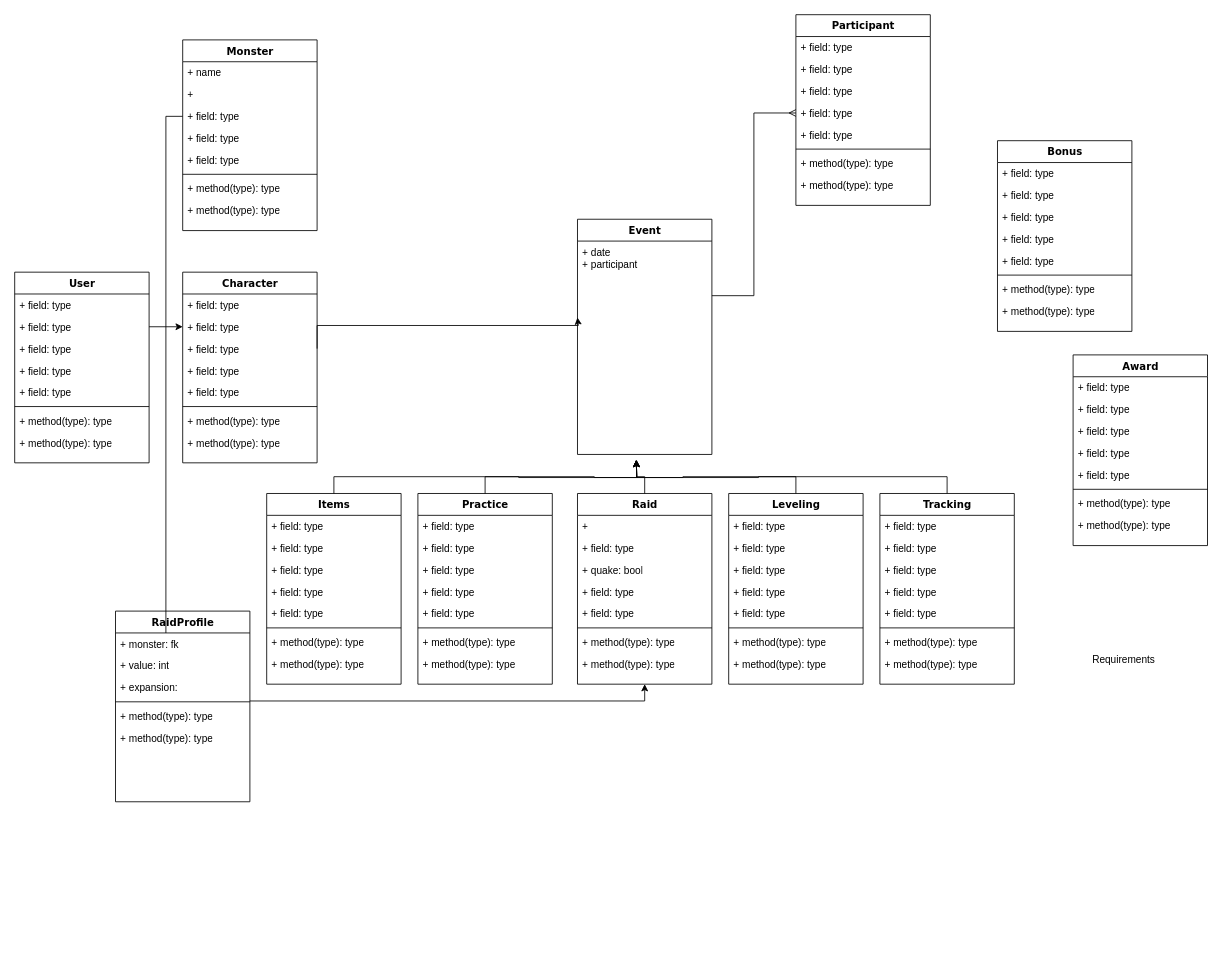
KWSM-P99/MeowMeowBeenz keeps this draw.io diagram as design/dkp/dkp_system_design.drawio. Above is the earlier version. Source tidied: cells renumbered, new cells numbered last; positions are measured from the earlier drawing's top-left corner, leaving out a move shared by most shapes. Both pictures are drawn from the tidied source at 84%, with x=0, y=0 at pixel (14, 14).
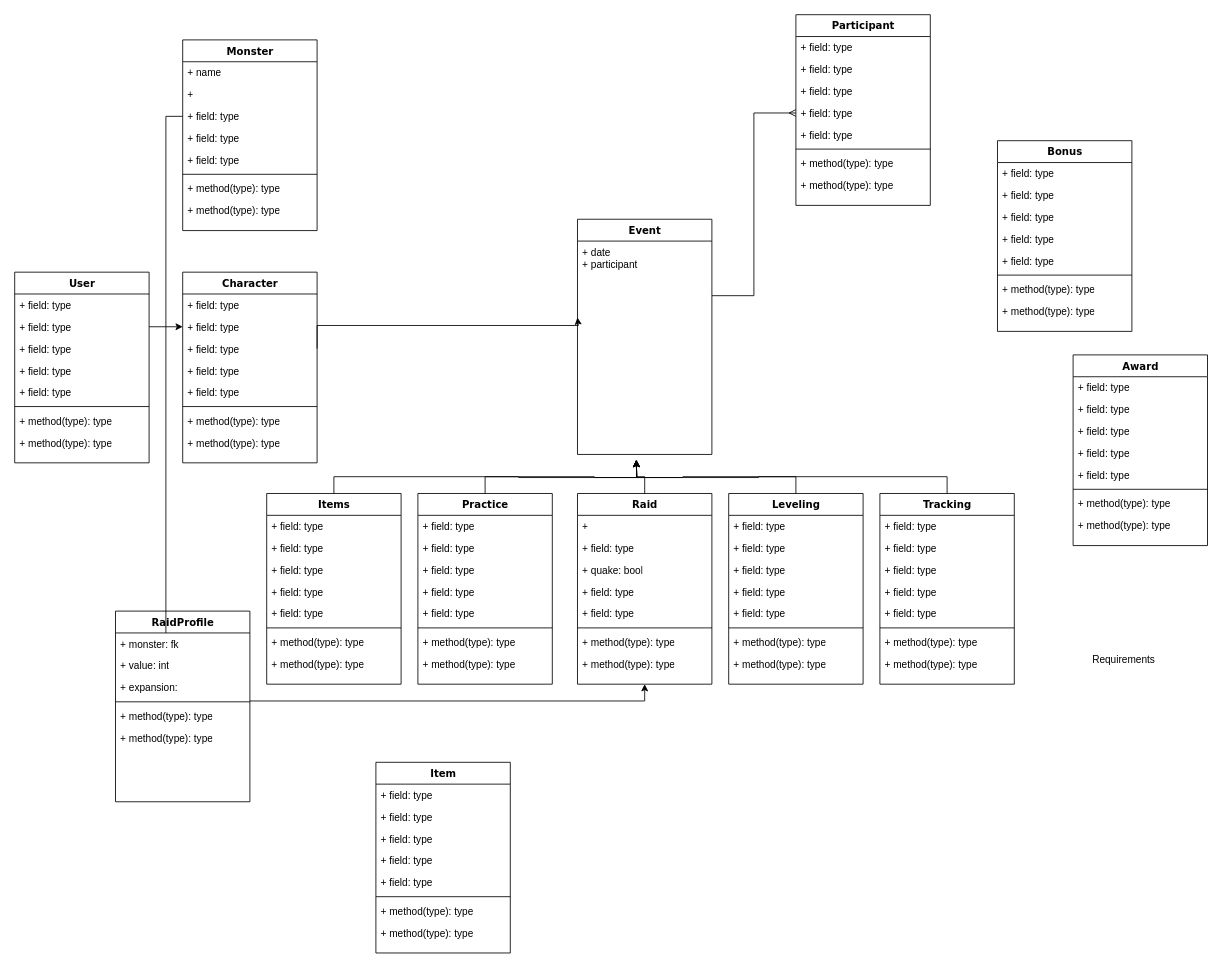
The same page after the edit.

What changed in the source:
```diff
@@
+    <mxCell id="120" value="Item" style="swimlane;html=1;fontStyle=1;align=center;verticalAlign=top;horizontal=1;startSize=26;swimlaneFillColor=#ffffff;rounded=0;shadow=0;comic=0;labelBackgroundColor=none;strokeWidth=1;fillColor=none;fontFamily=Verdana;fontSize=12;" parent="1" vertex="1">
+      <mxGeometry x="430" y="890" width="160" height="227" as="geometry" />
+    </mxCell>
+    <mxCell id="121" value="+ field: type" style="text;html=1;strokeColor=none;fillColor=none;align=left;verticalAlign=top;spacingLeft=4;spacingRight=4;whiteSpace=wrap;overflow=hidden;" parent="120" vertex="1">
+      <mxGeometry y="26" width="160" height="26" as="geometry" />
+    </mxCell>
+    <mxCell id="122" value="+ field: type" style="text;html=1;strokeColor=none;fillColor=none;align=left;verticalAlign=top;spacingLeft=4;spacingRight=4;whiteSpace=wrap;overflow=hidden;" parent="120" vertex="1">
+      <mxGeometry y="52" width="160" height="26" as="geometry" />
+    </mxCell>
+    <mxCell id="123" value="+ field: type" style="text;html=1;strokeColor=none;fillColor=none;align=left;verticalAlign=top;spacingLeft=4;spacingRight=4;whiteSpace=wrap;overflow=hidden;" parent="120" vertex="1">
+      <mxGeometry y="78" width="160" height="26" as="geometry" />
+    </mxCell>
+    <mxCell id="124" value="+ field: type" style="text;html=1;strokeColor=none;fillColor=none;align=left;verticalAlign=top;spacingLeft=4;spacingRight=4;whiteSpace=wrap;overflow=hidden;" parent="120" vertex="1">
+      <mxGeometry y="104" width="160" height="26" as="geometry" />
+    </mxCell>
+    <mxCell id="125" value="+ field: type" style="text;html=1;strokeColor=none;fillColor=none;align=left;verticalAlign=top;spacingLeft=4;spacingRight=4;whiteSpace=wrap;overflow=hidden;" parent="120" vertex="1">
+      <mxGeometry y="130" width="160" height="26" as="geometry" />
+    </mxCell>
+    <mxCell id="126" style="line;html=1;strokeWidth=1;fillColor=none;align=left;verticalAlign=middle;spacingTop=-1;spacingLeft=3;spacingRight=3;labelPosition=right;" parent="120" vertex="1">
+      <mxGeometry y="156" width="160" height="8" as="geometry" />
+    </mxCell>
+    <mxCell id="127" value="+ method(type): type" style="text;html=1;strokeColor=none;fillColor=none;align=left;verticalAlign=top;spacingLeft=4;spacingRight=4;whiteSpace=wrap;overflow=hidden;" parent="120" vertex="1">
+      <mxGeometry y="164" width="160" height="26" as="geometry" />
+    </mxCell>
+    <mxCell id="128" value="+ method(type): type" style="text;html=1;strokeColor=none;fillColor=none;align=left;verticalAlign=top;spacingLeft=4;spacingRight=4;whiteSpace=wrap;overflow=hidden;" parent="120" vertex="1">
+      <mxGeometry y="190" width="160" height="26" as="geometry" />
+    </mxCell>
```
